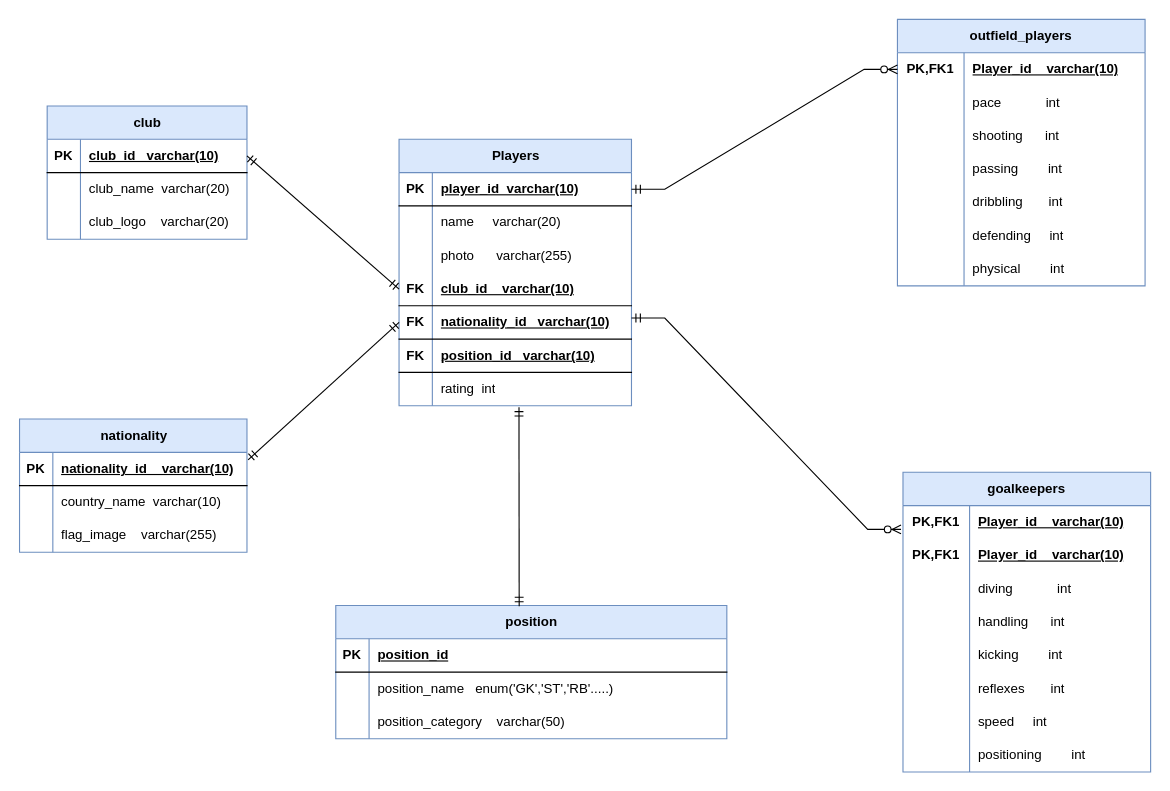
This is ERD.drawio from ka-amina/FUT-Champions-Ultimate-Team, a draw.io file, before an edit. Source tidied: cells renumbered, new cells numbered last; positions are measured from the earlier drawing's top-left corner, leaving out a move shared by most shapes. Both pictures are drawn from the tidied source at 111%, with x=0, y=0 at pixel (19, 19).
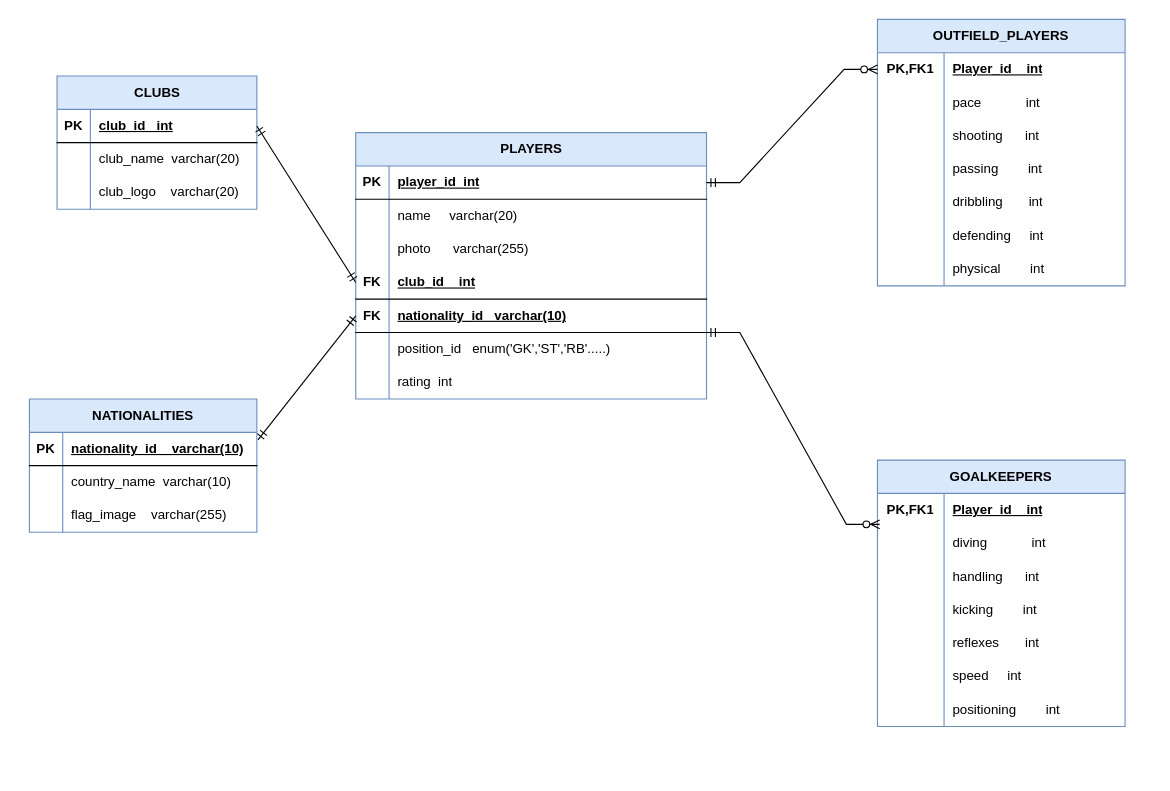
Above is the later version.

Commit message:
Mettre à jour ERD.drawio

The change refers to these unchanged cells:
```xml
<mxCell id="25" style="shape=tableRow;horizontal=0;startSize=0;swimlaneHead=0;swimlaneBody=0;fillColor=none;points=[[0,0.5],[1,0.5]];portConstraint=eastwest;top=0;left=0;right=0;bottom=1;" parent="24" vertex="1">
  <mxGeometry y="30" width="180" height="30" as="geometry" />
</mxCell>
<mxCell id="55" style="shape=tableRow;horizontal=0;startSize=0;swimlaneHead=0;swimlaneBody=0;fillColor=none;points=[[0,0.5],[1,0.5]];portConstraint=eastwest;top=0;left=0;right=0;bottom=0;html=1;" parent="54" vertex="1">
  <mxGeometry y="30" width="223.1" height="30" as="geometry" />
</mxCell>
<mxCell id="77" style="shape=tableRow;horizontal=0;startSize=0;swimlaneHead=0;swimlaneBody=0;fillColor=none;points=[[0,0.5],[1,0.5]];portConstraint=eastwest;top=0;left=0;right=0;bottom=0;html=1;" parent="76" vertex="1">
  <mxGeometry y="30" width="223.1" height="30" as="geometry" />
</mxCell>
```

Diff of the diagram source:
```diff
@@
-    <mxCell id="2" value="Players" style="shape=table;startSize=30;childLayout=tableLayout;rowLines=0;fontStyle=1;align=center;html=1;strokeColor=#6c8ebf;fillColor=#dae8fc;" parent="1" vertex="1">
-      <mxGeometry x="342" y="108" width="209.4" height="240" as="geometry" />
+    <mxCell id="2" value="PLAYERS" style="shape=table;startSize=30;childLayout=tableLayout;rowLines=0;fontStyle=1;align=center;html=1;strokeColor=#6c8ebf;fillColor=#dae8fc;" parent="1" vertex="1">
+      <mxGeometry x="303" y="102" width="316" height="240" as="geometry" />
     </mxCell>
     <mxCell id="3" style="shape=tableRow;horizontal=0;startSize=0;swimlaneHead=0;swimlaneBody=0;fillColor=none;points=[[0,0.5],[1,0.5]];portConstraint=eastwest;top=0;left=0;right=0;bottom=1;" parent="2" vertex="1">
-      <mxGeometry y="30" width="209.4" height="30" as="geometry" />
+      <mxGeometry y="30" width="316" height="30" as="geometry" />
     </mxCell>
@@
-    <mxCell id="5" value="player_id&amp;nbsp; varchar(10)" style="shape=partialRectangle;fillColor=none;top=0;left=0;bottom=0;right=0;align=left;spacingLeft=6;fontStyle=5;overflow=hidden;whiteSpace=wrap;html=1;" parent="3" vertex="1">
-      <mxGeometry x="30" width="179.4" height="30" as="geometry" />
+    <mxCell id="5" value="player_id&amp;nbsp; int" style="shape=partialRectangle;fillColor=none;top=0;left=0;bottom=0;right=0;align=left;spacingLeft=6;fontStyle=5;overflow=hidden;whiteSpace=wrap;html=1;" parent="3" vertex="1">
+      <mxGeometry x="30" width="286" height="30" as="geometry" />
     </mxCell>
     <mxCell id="6" style="shape=tableRow;horizontal=0;startSize=0;swimlaneHead=0;swimlaneBody=0;fillColor=none;top=0;left=0;right=0;bottom=0;" parent="2" vertex="1">
-      <mxGeometry y="60" width="209.4" height="30" as="geometry" />
+      <mxGeometry y="60" width="316" height="30" as="geometry" />
     </mxCell>
@@
     <mxCell id="8" value="name &amp;nbsp;&amp;nbsp;&amp;nbsp; varchar(20)" style="shape=partialRectangle;fillColor=none;top=0;left=0;bottom=0;right=0;align=left;spacingLeft=6;overflow=hidden;whiteSpace=wrap;html=1;" parent="6" vertex="1">
-      <mxGeometry x="30" width="179.4" height="30" as="geometry" />
+      <mxGeometry x="30" width="286" height="30" as="geometry" />
     </mxCell>
     <mxCell id="9" style="shape=tableRow;horizontal=0;startSize=0;swimlaneHead=0;swimlaneBody=0;fillColor=none;top=0;left=0;right=0;bottom=0;" parent="2" vertex="1">
-      <mxGeometry y="90" width="209.4" height="30" as="geometry" />
+      <mxGeometry y="90" width="316" height="30" as="geometry" />
     </mxCell>
@@
     <mxCell id="11" value="photo&amp;nbsp;&amp;nbsp;&amp;nbsp;&amp;nbsp;&amp;nbsp; varchar(255)" style="shape=partialRectangle;fillColor=none;top=0;left=0;bottom=0;right=0;align=left;spacingLeft=6;overflow=hidden;whiteSpace=wrap;html=1;strokeColor=default;" parent="9" vertex="1">
-      <mxGeometry x="30" width="179.4" height="30" as="geometry" />
+      <mxGeometry x="30" width="286" height="30" as="geometry" />
     </mxCell>
     <mxCell id="12" style="shape=tableRow;horizontal=0;startSize=0;swimlaneHead=0;swimlaneBody=0;fillColor=none;points=[[0,0.5],[1,0.5]];portConstraint=eastwest;top=0;left=0;right=0;bottom=1;" parent="2" vertex="1">
-      <mxGeometry y="120" width="209.4" height="30" as="geometry" />
+      <mxGeometry y="120" width="316" height="30" as="geometry" />
     </mxCell>
@@
-    <mxCell id="14" value="club_id&amp;nbsp;&amp;nbsp;&amp;nbsp; varchar(10)" style="shape=partialRectangle;fillColor=none;top=0;left=0;bottom=0;right=0;align=left;spacingLeft=6;fontStyle=5;overflow=hidden;whiteSpace=wrap;html=1;" parent="12" vertex="1">
-      <mxGeometry x="30" width="179.4" height="30" as="geometry" />
+    <mxCell id="14" value="club_id&amp;nbsp;&amp;nbsp;&amp;nbsp; int" style="shape=partialRectangle;fillColor=none;top=0;left=0;bottom=0;right=0;align=left;spacingLeft=6;fontStyle=5;overflow=hidden;whiteSpace=wrap;html=1;" parent="12" vertex="1">
+      <mxGeometry x="30" width="286" height="30" as="geometry" />
     </mxCell>
     <mxCell id="15" style="shape=tableRow;horizontal=0;startSize=0;swimlaneHead=0;swimlaneBody=0;fillColor=none;points=[[0,0.5],[1,0.5]];portConstraint=eastwest;top=0;left=0;right=0;bottom=1;" parent="2" vertex="1">
-      <mxGeometry y="150" width="209.4" height="30" as="geometry" />
+      <mxGeometry y="150" width="316" height="30" as="geometry" />
     </mxCell>
@@
     <mxCell id="17" value="nationality_id&amp;nbsp;&amp;nbsp; varchar(10)" style="shape=partialRectangle;fillColor=none;top=0;left=0;bottom=0;right=0;align=left;spacingLeft=6;fontStyle=5;overflow=hidden;whiteSpace=wrap;html=1;" parent="15" vertex="1">
-      <mxGeometry x="30" width="179.4" height="30" as="geometry" />
+      <mxGeometry x="30" width="286" height="30" as="geometry" />
     </mxCell>
-    <mxCell id="18" style="shape=tableRow;horizontal=0;startSize=0;swimlaneHead=0;swimlaneBody=0;fillColor=none;top=0;left=0;right=0;bottom=1;" parent="2" vertex="1">
-      <mxGeometry y="180" width="209.4" height="30" as="geometry" />
-    </mxCell>
-    <mxCell id="19" value="FK" style="shape=partialRectangle;fillColor=none;top=0;left=0;bottom=0;right=0;fontStyle=1;overflow=hidden;whiteSpace=wrap;html=1;" parent="18" vertex="1">
-      <mxGeometry width="30" height="30" as="geometry" />
-    </mxCell>
-    <mxCell id="20" value="position_id&amp;nbsp;&amp;nbsp; varchar(10)" style="shape=partialRectangle;fillColor=none;top=0;left=0;bottom=0;right=0;align=left;spacingLeft=6;fontStyle=5;overflow=hidden;whiteSpace=wrap;html=1;" parent="18" vertex="1">
-      <mxGeometry x="30" width="179.4" height="30" as="geometry" />
-    </mxCell>
     <mxCell id="21" style="shape=tableRow;horizontal=0;startSize=0;swimlaneHead=0;swimlaneBody=0;fillColor=none;points=[[0,0.5],[1,0.5]];portConstraint=eastwest;top=0;left=0;right=0;bottom=0;" parent="2" vertex="1">
-      <mxGeometry y="210" width="209.4" height="30" as="geometry" />
+      <mxGeometry y="180" width="316" height="30" as="geometry" />
     </mxCell>
@@
-    <mxCell id="23" value="rating&amp;nbsp; int" style="shape=partialRectangle;fillColor=none;top=0;left=0;bottom=0;right=0;align=left;spacingLeft=6;overflow=hidden;whiteSpace=wrap;html=1;" parent="21" vertex="1">
-      <mxGeometry x="30" width="179.4" height="30" as="geometry" />
+    <mxCell id="23" value="position_id&amp;nbsp;&amp;nbsp;  enum('GK','ST','RB'.....)" style="shape=partialRectangle;fillColor=none;top=0;left=0;bottom=0;right=0;align=left;spacingLeft=6;overflow=hidden;whiteSpace=wrap;html=1;" parent="21" vertex="1">
+      <mxGeometry x="30" width="286" height="30" as="geometry" />
     </mxCell>
+    <mxCell id="106" style="shape=tableRow;horizontal=0;startSize=0;swimlaneHead=0;swimlaneBody=0;fillColor=none;top=0;left=0;right=0;bottom=0;" parent="2" vertex="1">
+      <mxGeometry y="210" width="316" height="30" as="geometry" />
+    </mxCell>
+    <mxCell id="107" style="shape=partialRectangle;fillColor=none;top=0;left=0;bottom=0;right=0;overflow=hidden;whiteSpace=wrap;html=1;" parent="106" vertex="1">
+      <mxGeometry width="30" height="30" as="geometry" />
+    </mxCell>
+    <mxCell id="108" value="rating&amp;nbsp; int" style="shape=partialRectangle;fillColor=none;top=0;left=0;bottom=0;right=0;align=left;spacingLeft=6;overflow=hidden;whiteSpace=wrap;html=1;" parent="106" vertex="1">
+      <mxGeometry x="30" width="286" height="30" as="geometry" />
+    </mxCell>
-    <mxCell id="24" value="club" style="shape=table;startSize=30;childLayout=tableLayout;rowLines=0;fontStyle=1;align=center;html=1;fillColor=#dae8fc;strokeColor=#6c8ebf;" parent="1" vertex="1">
-      <mxGeometry x="25" y="78" width="180" height="120" as="geometry" />
+    <mxCell id="24" value="CLUBS" style="shape=table;startSize=30;childLayout=tableLayout;rowLines=0;fontStyle=1;align=center;html=1;fillColor=#dae8fc;strokeColor=#6c8ebf;" parent="1" vertex="1">
+      <mxGeometry x="33.9" y="51" width="180" height="120" as="geometry" />
     </mxCell>
@@
-    <mxCell id="27" value="club_id&amp;nbsp;&amp;nbsp; varchar(10)" style="shape=partialRectangle;fillColor=none;top=0;left=0;bottom=0;right=0;align=left;spacingLeft=6;fontStyle=5;overflow=hidden;whiteSpace=wrap;html=1;" parent="25" vertex="1">
+    <mxCell id="27" value="club_id&amp;nbsp;&amp;nbsp; int" style="shape=partialRectangle;fillColor=none;top=0;left=0;bottom=0;right=0;align=left;spacingLeft=6;fontStyle=5;overflow=hidden;whiteSpace=wrap;html=1;" parent="25" vertex="1">
       <mxGeometry x="30" width="150" height="30" as="geometry" />
     </mxCell>
@@
-    <mxCell id="34" value="nationality" style="shape=table;startSize=30;childLayout=tableLayout;rowLines=0;fontStyle=1;align=center;html=1;fillColor=#dae8fc;strokeColor=#6c8ebf;" parent="1" vertex="1">
-      <mxGeometry x="0.1" y="360" width="204.9" height="120" as="geometry" />
+    <mxCell id="34" value="NATIONALITIES" style="shape=table;startSize=30;childLayout=tableLayout;rowLines=0;fontStyle=1;align=center;html=1;fillColor=#dae8fc;strokeColor=#6c8ebf;" parent="1" vertex="1">
+      <mxGeometry x="9" y="342" width="204.9" height="120" as="geometry" />
     </mxCell>
@@
-    <mxCell id="44" value="&lt;div&gt;position&lt;/div&gt;" style="shape=table;startSize=30;childLayout=tableLayout;rowLines=0;fontStyle=1;align=center;html=1;fillColor=#dae8fc;strokeColor=#6c8ebf;" parent="1" vertex="1">
-      <mxGeometry x="285" y="528" width="352.3" height="120" as="geometry" />
-    </mxCell>
-    <mxCell id="45" style="shape=tableRow;horizontal=0;startSize=0;swimlaneHead=0;swimlaneBody=0;fillColor=none;top=0;left=0;right=0;bottom=1;" parent="44" vertex="1">
-      <mxGeometry y="30" width="352.3" height="30" as="geometry" />
-    </mxCell>
-    <mxCell id="46" value="PK" style="shape=partialRectangle;fillColor=none;top=0;left=0;bottom=0;right=0;fontStyle=1;overflow=hidden;whiteSpace=wrap;html=1;" parent="45" vertex="1">
-      <mxGeometry width="30" height="30" as="geometry" />
-    </mxCell>
-    <mxCell id="47" value="position_id" style="shape=partialRectangle;fillColor=none;top=0;left=0;bottom=0;right=0;align=left;spacingLeft=6;fontStyle=5;overflow=hidden;whiteSpace=wrap;html=1;" parent="45" vertex="1">
-      <mxGeometry x="30" width="322.3" height="30" as="geometry" />
-    </mxCell>
-    <mxCell id="48" style="shape=tableRow;horizontal=0;startSize=0;swimlaneHead=0;swimlaneBody=0;fillColor=none;top=0;left=0;right=0;bottom=0;" parent="44" vertex="1">
-      <mxGeometry y="60" width="352.3" height="30" as="geometry" />
-    </mxCell>
-    <mxCell id="49" style="shape=partialRectangle;fillColor=none;top=0;left=0;bottom=0;right=0;overflow=hidden;whiteSpace=wrap;html=1;" parent="48" vertex="1">
-      <mxGeometry width="30" height="30" as="geometry" />
-    </mxCell>
-    <mxCell id="50" value="position_name&amp;nbsp;&amp;nbsp; enum('GK','ST','RB'.....)" style="shape=partialRectangle;fillColor=none;top=0;left=0;bottom=0;right=0;align=left;spacingLeft=6;overflow=hidden;whiteSpace=wrap;html=1;" parent="48" vertex="1">
-      <mxGeometry x="30" width="322.3" height="30" as="geometry" />
-    </mxCell>
-    <mxCell id="51" style="shape=tableRow;horizontal=0;startSize=0;swimlaneHead=0;swimlaneBody=0;fillColor=none;top=0;left=0;right=0;bottom=0;" parent="44" vertex="1">
-      <mxGeometry y="90" width="352.3" height="30" as="geometry" />
-    </mxCell>
-    <mxCell id="52" style="shape=partialRectangle;fillColor=none;top=0;left=0;bottom=0;right=0;overflow=hidden;whiteSpace=wrap;html=1;" parent="51" vertex="1">
-      <mxGeometry width="30" height="30" as="geometry" />
-    </mxCell>
-    <mxCell id="53" value="position_category&amp;nbsp;&amp;nbsp;&amp;nbsp; varchar(50)" style="shape=partialRectangle;fillColor=none;top=0;left=0;bottom=0;right=0;align=left;spacingLeft=6;overflow=hidden;whiteSpace=wrap;html=1;" parent="51" vertex="1">
-      <mxGeometry x="30" width="322.3" height="30" as="geometry" />
-    </mxCell>
-    <mxCell id="54" value="outfield_players" style="shape=table;startSize=30;childLayout=tableLayout;rowLines=0;fontStyle=1;align=center;html=1;whiteSpace=wrap;fillColor=#dae8fc;strokeColor=#6c8ebf;" parent="1" vertex="1">
-      <mxGeometry x="791" width="223.1" height="240" as="geometry" />
+    <mxCell id="54" value="OUTFIELD_PLAYERS" style="shape=table;startSize=30;childLayout=tableLayout;rowLines=0;fontStyle=1;align=center;html=1;whiteSpace=wrap;fillColor=#dae8fc;strokeColor=#6c8ebf;" parent="1" vertex="1">
+      <mxGeometry x="773" width="223.1" height="240" as="geometry" />
     </mxCell>
@@
-    <mxCell id="57" value="Player_id&amp;nbsp;&amp;nbsp;&amp;nbsp; varchar(10)" style="shape=partialRectangle;fillColor=none;top=0;left=0;bottom=0;right=0;align=left;spacingLeft=6;fontStyle=5;overflow=hidden;html=1;whiteSpace=wrap;" parent="55" vertex="1">
+    <mxCell id="57" value="Player_id&amp;nbsp;&amp;nbsp;&amp;nbsp; int" style="shape=partialRectangle;fillColor=none;top=0;left=0;bottom=0;right=0;align=left;spacingLeft=6;fontStyle=5;overflow=hidden;html=1;whiteSpace=wrap;" parent="55" vertex="1">
       <mxGeometry x="60" width="163.1" height="30" as="geometry" />
     </mxCell>
@@
-    <mxCell id="76" value="goalkeepers" style="shape=table;startSize=30;childLayout=tableLayout;rowLines=0;fontStyle=1;align=center;html=1;whiteSpace=wrap;fillColor=#dae8fc;strokeColor=#6c8ebf;" parent="1" vertex="1">
-      <mxGeometry x="796" y="408" width="223.1" height="270" as="geometry" />
+    <mxCell id="76" value="GOALKEEPERS" style="shape=table;startSize=30;childLayout=tableLayout;rowLines=0;fontStyle=1;align=center;html=1;whiteSpace=wrap;fillColor=#dae8fc;strokeColor=#6c8ebf;" parent="1" vertex="1">
+      <mxGeometry x="773" y="397" width="223.1" height="240" as="geometry" />
     </mxCell>
@@
-    <mxCell id="79" value="Player_id&amp;nbsp;&amp;nbsp;&amp;nbsp; varchar(10)" style="shape=partialRectangle;fillColor=none;top=0;left=0;bottom=0;right=0;align=left;spacingLeft=6;fontStyle=5;overflow=hidden;html=1;whiteSpace=wrap;" parent="77" vertex="1">
+    <mxCell id="79" value="Player_id&amp;nbsp;&amp;nbsp;&amp;nbsp; int" style="shape=partialRectangle;fillColor=none;top=0;left=0;bottom=0;right=0;align=left;spacingLeft=6;fontStyle=5;overflow=hidden;html=1;whiteSpace=wrap;" parent="77" vertex="1">
       <mxGeometry x="60" width="163.1" height="30" as="geometry" />
     </mxCell>
-    <mxCell id="80" style="shape=tableRow;horizontal=0;startSize=0;swimlaneHead=0;swimlaneBody=0;fillColor=none;top=0;left=0;right=0;bottom=0;html=1;" parent="76" vertex="1">
-      <mxGeometry y="60" width="223.1" height="30" as="geometry" />
-    </mxCell>
-    <mxCell id="81" value="PK,FK1" style="shape=partialRectangle;fillColor=none;top=0;left=0;bottom=0;right=0;fontStyle=1;overflow=hidden;html=1;whiteSpace=wrap;" parent="80" vertex="1">
-      <mxGeometry width="60" height="30" as="geometry" />
-    </mxCell>
-    <mxCell id="82" value="Player_id&amp;nbsp;&amp;nbsp;&amp;nbsp; varchar(10)" style="shape=partialRectangle;fillColor=none;top=0;left=0;bottom=0;right=0;align=left;spacingLeft=6;fontStyle=5;overflow=hidden;html=1;whiteSpace=wrap;" parent="80" vertex="1">
-      <mxGeometry x="60" width="163.1" height="30" as="geometry" />
-    </mxCell>
     <mxCell id="83" style="shape=tableRow;horizontal=0;startSize=0;swimlaneHead=0;swimlaneBody=0;fillColor=none;top=0;left=0;right=0;bottom=0;html=1;" parent="76" vertex="1">
-      <mxGeometry y="90" width="223.1" height="30" as="geometry" />
+      <mxGeometry y="60" width="223.1" height="30" as="geometry" />
     </mxCell>
@@
     <mxCell id="86" style="shape=tableRow;horizontal=0;startSize=0;swimlaneHead=0;swimlaneBody=0;fillColor=none;top=0;left=0;right=0;bottom=0;html=1;" parent="76" vertex="1">
-      <mxGeometry y="120" width="223.1" height="30" as="geometry" />
+      <mxGeometry y="90" width="223.1" height="30" as="geometry" />
     </mxCell>
@@
     <mxCell id="89" style="shape=tableRow;horizontal=0;startSize=0;swimlaneHead=0;swimlaneBody=0;fillColor=none;top=0;left=0;right=0;bottom=0;html=1;" parent="76" vertex="1">
-      <mxGeometry y="150" width="223.1" height="30" as="geometry" />
+      <mxGeometry y="120" width="223.1" height="30" as="geometry" />
     </mxCell>
@@
     <mxCell id="92" style="shape=tableRow;horizontal=0;startSize=0;swimlaneHead=0;swimlaneBody=0;fillColor=none;top=0;left=0;right=0;bottom=0;html=1;" parent="76" vertex="1">
-      <mxGeometry y="180" width="223.1" height="30" as="geometry" />
+      <mxGeometry y="150" width="223.1" height="30" as="geometry" />
     </mxCell>
@@
     <mxCell id="95" style="shape=tableRow;horizontal=0;startSize=0;swimlaneHead=0;swimlaneBody=0;fillColor=none;top=0;left=0;right=0;bottom=0;html=1;" parent="76" vertex="1">
-      <mxGeometry y="210" width="223.1" height="30" as="geometry" />
+      <mxGeometry y="180" width="223.1" height="30" as="geometry" />
     </mxCell>
@@
     <mxCell id="98" style="shape=tableRow;horizontal=0;startSize=0;swimlaneHead=0;swimlaneBody=0;fillColor=none;top=0;left=0;right=0;bottom=0;html=1;" parent="76" vertex="1">
-      <mxGeometry y="240" width="223.1" height="30" as="geometry" />
+      <mxGeometry y="210" width="223.1" height="30" as="geometry" />
     </mxCell>
@@
-    <mxCell id="101" style="fontSize=12;html=1;endArrow=ERmandOne;startArrow=ERmandOne;rounded=0;exitX=0.516;exitY=1.044;exitDx=0;exitDy=0;exitPerimeter=0;entryX=0.469;entryY=0.005;entryDx=0;entryDy=0;entryPerimeter=0;" parent="1" edge="1" source="21" target="44">
-      <mxGeometry relative="1" as="geometry" />
-    </mxCell>
@@
-    <mxCell id="105" style="edgeStyle=entityRelationEdgeStyle;fontSize=12;html=1;endArrow=ERzeroToMany;startArrow=ERmandOne;rounded=0;entryX=-0.008;entryY=0.714;entryDx=0;entryDy=0;entryPerimeter=0;" parent="1" edge="1" target="77">
+    <mxCell id="105" style="edgeStyle=entityRelationEdgeStyle;fontSize=12;html=1;endArrow=ERzeroToMany;startArrow=ERmandOne;rounded=0;entryX=0.009;entryY=0.93;entryDx=0;entryDy=0;entryPerimeter=0;exitX=1;exitY=0.75;exitDx=0;exitDy=0;" parent="1" edge="1" source="2" target="77">
       <mxGeometry relative="1" as="geometry">
-        <mxPoint x="551.4" y="269" as="sourcePoint" />
         <Array as="points">
-          <mxPoint x="583.4" y="269" />
+          <mxPoint x="690" y="225" />
         </Array>
       </mxGeometry>
     </mxCell>
```
